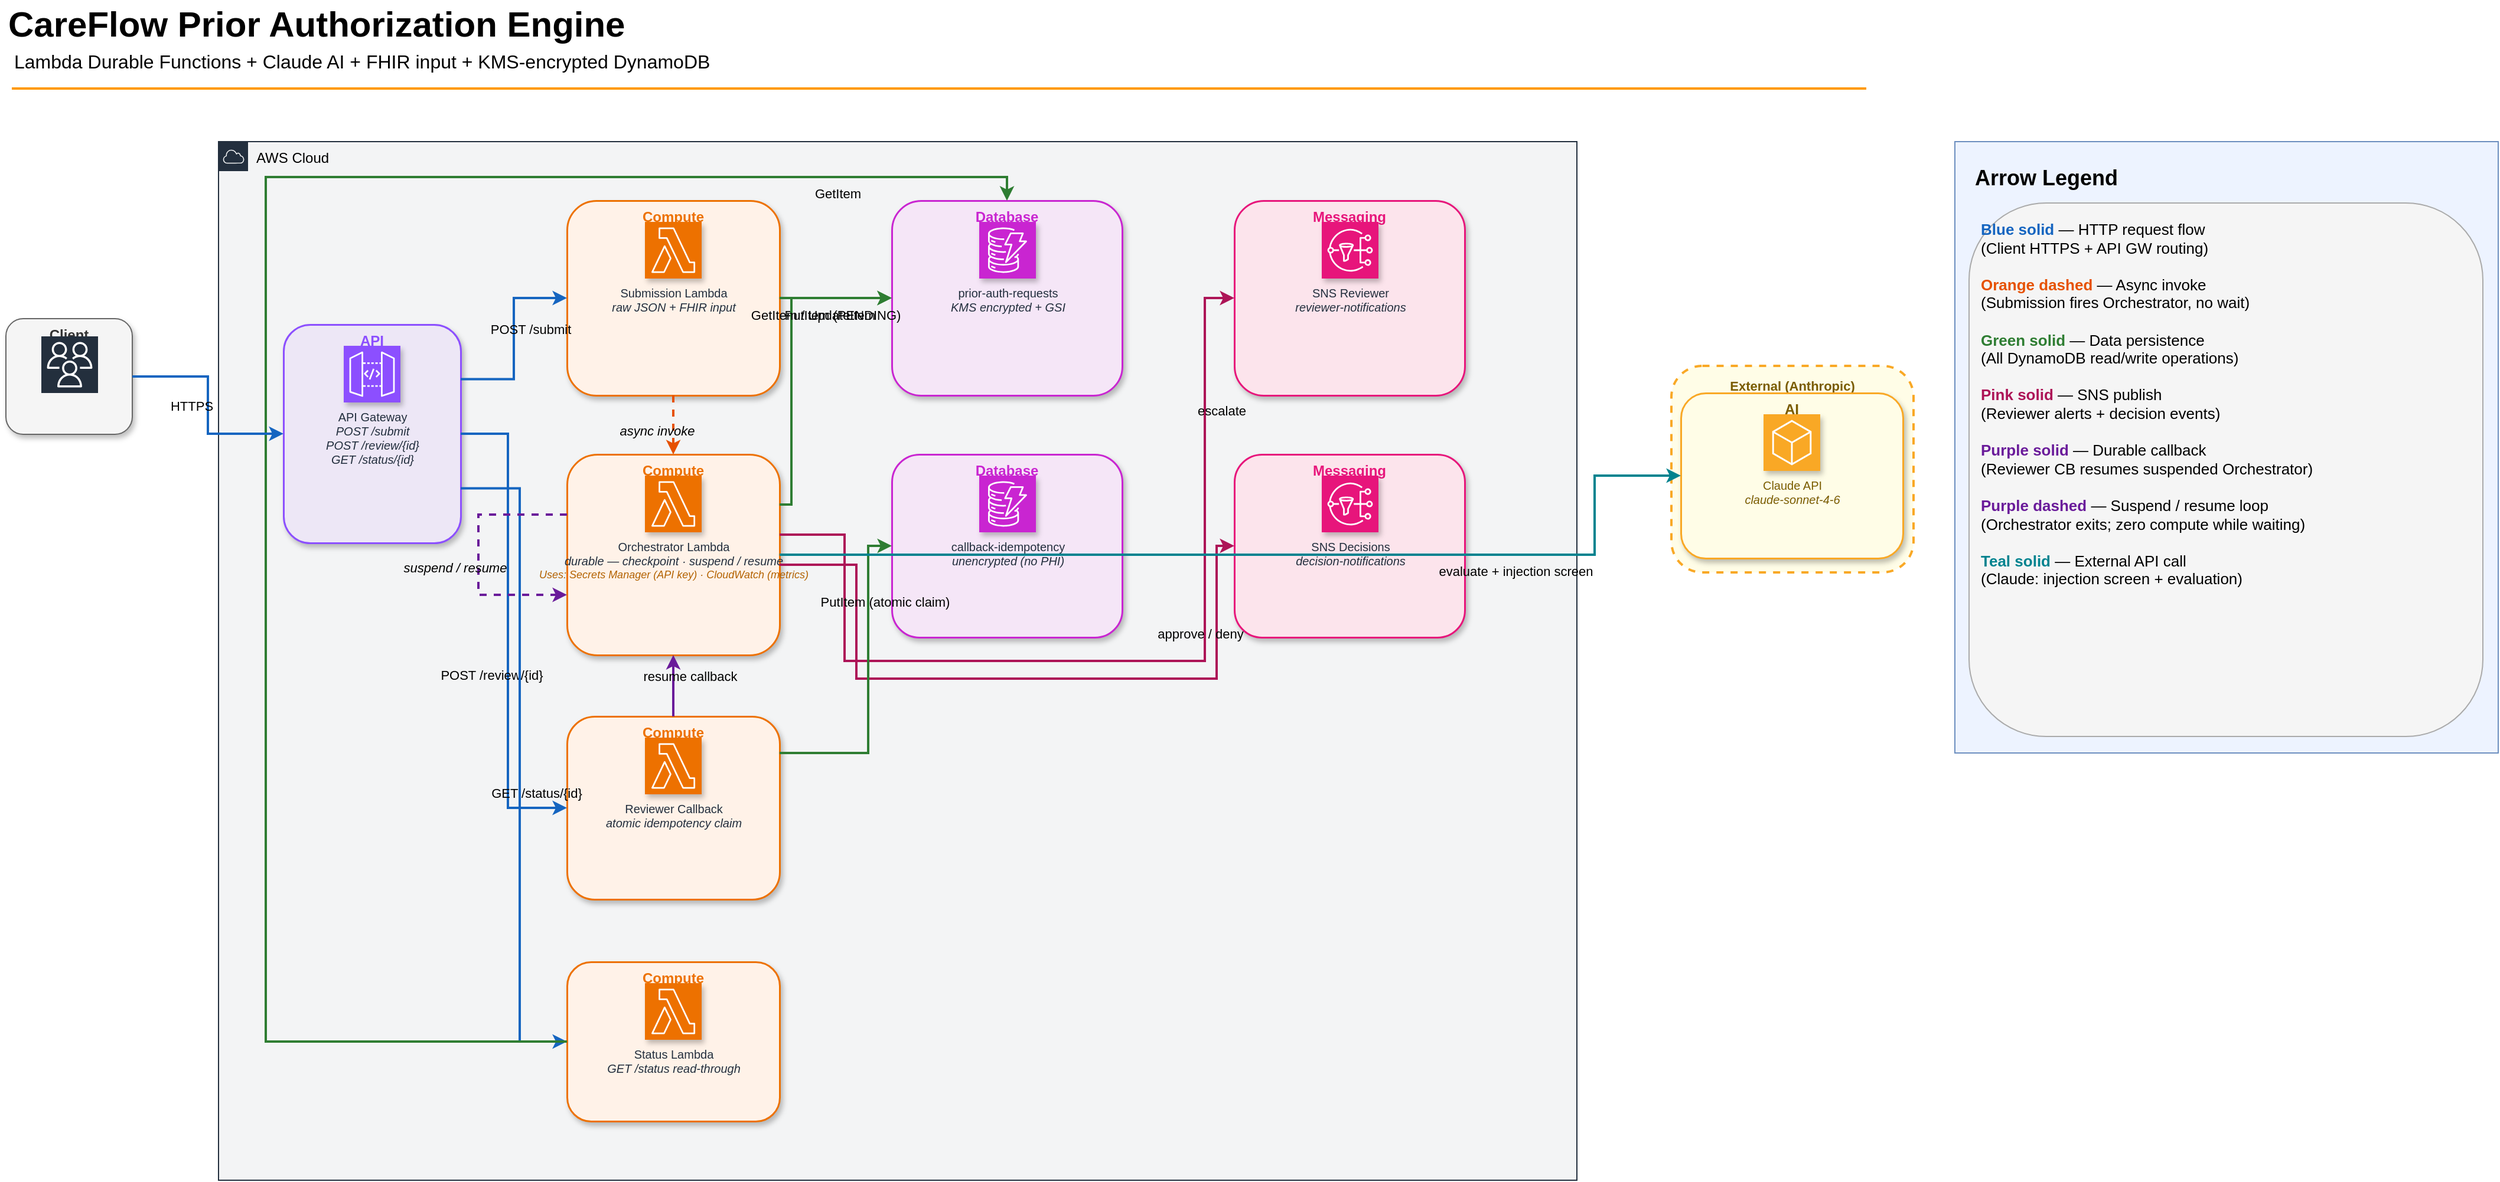
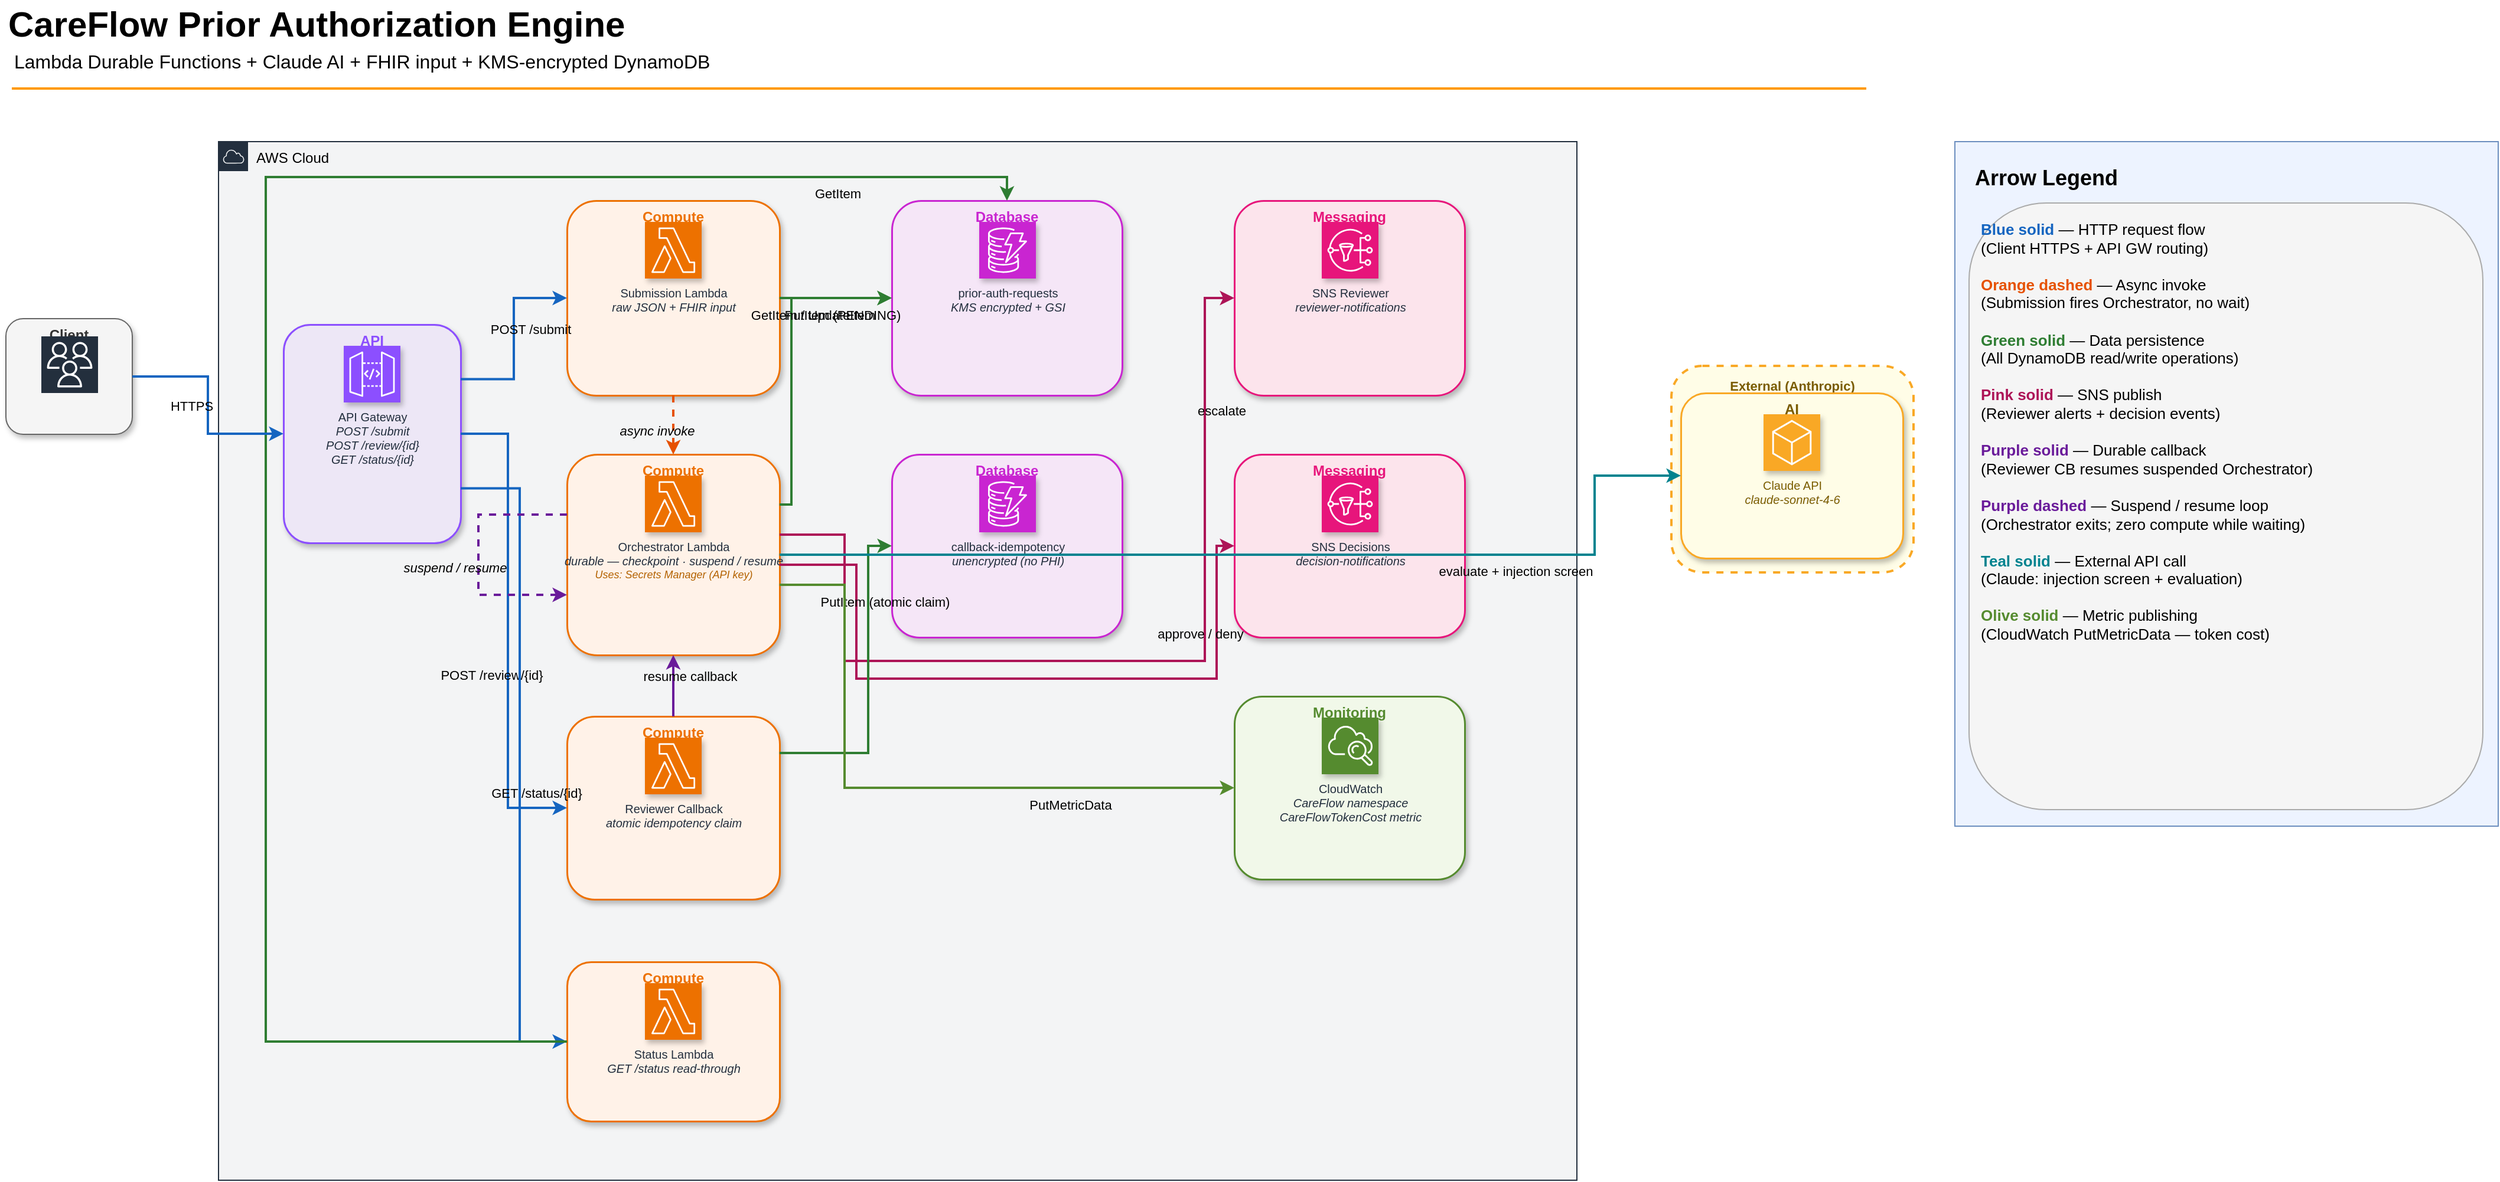
<mxfile host="Electron" version="29.6.1">
  <diagram name="CareFlow Architecture" id="careflow-arch">
    <mxGraphModel dx="2000" dy="1200" grid="0" gridSize="10" guides="1" tooltips="1" connect="1" arrows="1" fold="1" page="0" pageScale="1" pageWidth="2200" pageHeight="1200" math="0" shadow="0">
      <root>
        <mxCell id="0" />
        <mxCell id="1" parent="0" />

        <mxCell id="title-group" connectable="0" parent="1" style="group;fontFamily=Helvetica;" value="" vertex="1">
          <mxGeometry x="50" y="30" width="1580" height="83" as="geometry" />
        </mxCell>
        <mxCell id="title-text" parent="title-group" style="text;html=1;resizable=1;points=[];autosize=1;align=left;verticalAlign=top;spacingTop=-4;fontSize=30;fontStyle=1;fontFamily=Helvetica;" value="CareFlow Prior Authorization Engine" vertex="1">
          <mxGeometry width="900" height="42" as="geometry" />
        </mxCell>
        <mxCell id="subtitle-text" parent="title-group" style="text;html=1;resizable=0;points=[];align=left;verticalAlign=top;spacingTop=-4;fontSize=16;fontFamily=Helvetica;" value="Lambda Durable Functions + Claude AI + FHIR input + KMS-encrypted DynamoDB" vertex="1">
          <mxGeometry x="5" y="40" width="1400" height="25" as="geometry" />
        </mxCell>
        <mxCell id="title-sep" parent="title-group" style="line;strokeWidth=2;html=1;strokeColor=#FF9900;fontFamily=Helvetica;" value="" vertex="1">
          <mxGeometry x="5" y="70" width="1570" height="10" as="geometry" />
        </mxCell>

        <mxCell id="client-container" parent="1" style="fillColor=#f5f5f5;strokeColor=light-dark(#666666,#D4D4D4);rounded=1;whiteSpace=wrap;html=1;verticalAlign=top;fontStyle=1;fontSize=12;fontColor=#333333;fontFamily=Helvetica;container=1;collapsible=0;shadow=1;strokeWidth=1;" value="Client" vertex="1">
          <mxGeometry x="50" y="300" width="107" height="98" as="geometry" />
        </mxCell>
        <mxCell id="client-icon" parent="client-container" style="sketch=0;points=[[0,0,0],[0.25,0,0],[0.5,0,0],[0.75,0,0],[1,0,0],[0,1,0],[0.25,1,0],[0.5,1,0],[0.75,1,0],[1,1,0],[0,0.25,0],[0,0.5,0],[0,0.75,0],[1,0.25,0],[1,0.5,0],[1,0.75,0]];outlineConnect=0;fontColor=#232F3E;fillColor=#232F3D;strokeColor=#ffffff;dashed=0;verticalLabelPosition=bottom;verticalAlign=top;align=center;html=1;fontSize=12;fontStyle=0;aspect=fixed;shape=mxgraph.aws4.resourceIcon;resIcon=mxgraph.aws4.users;fontFamily=Helvetica;" value="" vertex="1">
          <mxGeometry x="30" y="15" width="48" height="48" as="geometry" />
        </mxCell>

        <mxCell id="ext-boundary" parent="1" style="rounded=1;whiteSpace=wrap;html=1;verticalAlign=top;fontStyle=1;fontSize=11;fontColor=#7a5c00;fontFamily=Helvetica;fillColor=#FFFDE7;strokeColor=#F9A825;strokeWidth=2;dashed=1;spacingTop=4;" value="External (Anthropic)" vertex="1">
          <mxGeometry x="1460" y="340" width="205" height="175" as="geometry" />
        </mxCell>
        <mxCell id="svc-group-claude" parent="1" style="fillColor=#FFFDE7;strokeColor=#F9A825;rounded=1;whiteSpace=wrap;html=1;verticalAlign=top;fontStyle=1;fontSize=12;fontColor=#7a5c00;fontFamily=Helvetica;container=1;collapsible=0;shadow=1;strokeWidth=1.5;" value="AI" vertex="1">
          <mxGeometry x="1468" y="363" width="188" height="140" as="geometry" />
        </mxCell>
        <mxCell id="svc-claude" parent="svc-group-claude" style="sketch=0;points=[[0,0,0],[0.25,0,0],[0.5,0,0],[0.75,0,0],[1,0,0],[0,1,0],[0.25,1,0],[0.5,1,0],[0.75,1,0],[1,1,0],[0,0.25,0],[0,0.5,0],[0,0.75,0],[1,0.25,0],[1,0.5,0],[1,0.75,0]];outlineConnect=0;fontColor=#7a5c00;fillColor=#F9A825;strokeColor=#ffffff;dashed=0;verticalLabelPosition=bottom;verticalAlign=top;align=center;html=1;fontSize=10;fontStyle=0;aspect=fixed;shape=mxgraph.aws4.resourceIcon;resIcon=mxgraph.aws4.general;fontFamily=Helvetica;shadow=1;" value="Claude API&lt;div&gt;&lt;i&gt;claude-sonnet-4-6&lt;/i&gt;&lt;/div&gt;" vertex="1">
          <mxGeometry x="70" y="18" width="48" height="48" as="geometry" />
        </mxCell>

        <mxCell id="aws-cloud" parent="1" style="points=[[0,0],[0.25,0],[0.5,0],[0.75,0],[1,0],[1,0.25],[1,0.5],[1,0.75],[1,1],[0.75,1],[0.5,1],[0.25,1],[0,1],[0,0.75],[0,0.5],[0,0.25]];outlineConnect=0;gradientColor=none;html=1;whiteSpace=wrap;fontSize=12;fontStyle=0;shape=mxgraph.aws4.group;grIcon=mxgraph.aws4.group_aws_cloud;strokeColor=light-dark(#232F3E,#E0ECFB);fillColor=light-dark(#232F3E0D,#90C7FF0D);fillStyle=auto;verticalAlign=top;align=left;spacingLeft=30;fontColor=#232F3E;dashed=0;container=1;pointerEvents=0;collapsible=0;recursiveResize=0;fontFamily=Helvetica;" value="&lt;font style=&quot;color: light-dark(rgb(0,0,0),rgb(255,255,255));&quot;&gt;AWS Cloud&lt;/font&gt;" vertex="1">
          <mxGeometry x="230" y="150" width="1150" height="880" as="geometry" />
        </mxCell>

        <mxCell id="svc-group-apigw" parent="aws-cloud" style="fillColor=#EDE7F6;strokeColor=#8C4FFF;rounded=1;whiteSpace=wrap;html=1;verticalAlign=top;fontStyle=1;fontSize=12;fontColor=#8C4FFF;fontFamily=Helvetica;container=1;collapsible=0;shadow=1;strokeWidth=1.5;" value="API" vertex="1">
          <mxGeometry x="55" y="155" width="150" height="185" as="geometry" />
        </mxCell>
        <mxCell id="svc-apigw" parent="svc-group-apigw" style="sketch=0;points=[[0,0,0],[0.25,0,0],[0.5,0,0],[0.75,0,0],[1,0,0],[0,1,0],[0.25,1,0],[0.5,1,0],[0.75,1,0],[1,1,0],[0,0.25,0],[0,0.5,0],[0,0.75,0],[1,0.25,0],[1,0.5,0],[1,0.75,0]];outlineConnect=0;fontColor=#232F3E;fillColor=#8C4FFF;strokeColor=#ffffff;dashed=0;verticalLabelPosition=bottom;verticalAlign=top;align=center;html=1;fontSize=10;fontStyle=0;aspect=fixed;shape=mxgraph.aws4.resourceIcon;resIcon=mxgraph.aws4.api_gateway;fontFamily=Helvetica;shadow=1;" value="API Gateway&lt;div&gt;&lt;i&gt;POST /submit&lt;/i&gt;&lt;/div&gt;&lt;div&gt;&lt;i&gt;POST /review/{id}&lt;/i&gt;&lt;/div&gt;&lt;div&gt;&lt;i&gt;GET /status/{id}&lt;/i&gt;&lt;/div&gt;" vertex="1">
          <mxGeometry x="51" y="18" width="48" height="48" as="geometry" />
        </mxCell>

        <mxCell id="svc-group-submission" parent="aws-cloud" style="fillColor=#FFF2E8;strokeColor=#ED7100;rounded=1;whiteSpace=wrap;html=1;verticalAlign=top;fontStyle=1;fontSize=12;fontColor=#ED7100;fontFamily=Helvetica;container=1;collapsible=0;shadow=1;strokeWidth=1.5;" value="Compute" vertex="1">
          <mxGeometry x="295" y="50" width="180" height="165" as="geometry" />
        </mxCell>
        <mxCell id="svc-submission" parent="svc-group-submission" style="sketch=0;points=[[0,0,0],[0.25,0,0],[0.5,0,0],[0.75,0,0],[1,0,0],[0,1,0],[0.25,1,0],[0.5,1,0],[0.75,1,0],[1,1,0],[0,0.25,0],[0,0.5,0],[0,0.75,0],[1,0.25,0],[1,0.5,0],[1,0.75,0]];outlineConnect=0;fontColor=#232F3E;fillColor=#ED7100;strokeColor=#ffffff;dashed=0;verticalLabelPosition=bottom;verticalAlign=top;align=center;html=1;fontSize=10;fontStyle=0;aspect=fixed;shape=mxgraph.aws4.resourceIcon;resIcon=mxgraph.aws4.lambda;fontFamily=Helvetica;shadow=1;" value="Submission Lambda&lt;div&gt;&lt;i&gt;raw JSON + FHIR input&lt;/i&gt;&lt;/div&gt;" vertex="1">
          <mxGeometry x="66" y="18" width="48" height="48" as="geometry" />
        </mxCell>

        <mxCell id="svc-group-orchestrator" parent="aws-cloud" style="fillColor=#FFF2E8;strokeColor=#ED7100;rounded=1;whiteSpace=wrap;html=1;verticalAlign=top;fontStyle=1;fontSize=12;fontColor=#ED7100;fontFamily=Helvetica;container=1;collapsible=0;shadow=1;strokeWidth=1.5;" value="Compute" vertex="1">
          <mxGeometry x="295" y="265" width="180" height="170" as="geometry" />
        </mxCell>
-         <mxCell id="svc-orchestrator" parent="svc-group-orchestrator" style="sketch=0;points=[[0,0,0],[0.25,0,0],[0.5,0,0],[0.75,0,0],[1,0,0],[0,1,0],[0.25,1,0],[0.5,1,0],[0.75,1,0],[1,1,0],[0,0.25,0],[0,0.5,0],[0,0.75,0],[1,0.25,0],[1,0.5,0],[1,0.75,0]];outlineConnect=0;fontColor=#232F3E;fillColor=#ED7100;strokeColor=#ffffff;dashed=0;verticalLabelPosition=bottom;verticalAlign=top;align=center;html=1;fontSize=10;fontStyle=0;aspect=fixed;shape=mxgraph.aws4.resourceIcon;resIcon=mxgraph.aws4.lambda;fontFamily=Helvetica;shadow=1;" value="Orchestrator Lambda&lt;div&gt;&lt;i&gt;durable — checkpoint · suspend / resume&lt;/i&gt;&lt;/div&gt;&lt;div style=&quot;font-size:9px;color:#b36200;&quot;&gt;&lt;i&gt;Uses: Secrets Manager (API key) · CloudWatch (metrics)&lt;/i&gt;&lt;/div&gt;" vertex="1">
+         <mxCell id="svc-orchestrator" parent="svc-group-orchestrator" style="sketch=0;points=[[0,0,0],[0.25,0,0],[0.5,0,0],[0.75,0,0],[1,0,0],[0,1,0],[0.25,1,0],[0.5,1,0],[0.75,1,0],[1,1,0],[0,0.25,0],[0,0.5,0],[0,0.75,0],[1,0.25,0],[1,0.5,0],[1,0.75,0]];outlineConnect=0;fontColor=#232F3E;fillColor=#ED7100;strokeColor=#ffffff;dashed=0;verticalLabelPosition=bottom;verticalAlign=top;align=center;html=1;fontSize=10;fontStyle=0;aspect=fixed;shape=mxgraph.aws4.resourceIcon;resIcon=mxgraph.aws4.lambda;fontFamily=Helvetica;shadow=1;" value="Orchestrator Lambda&lt;div&gt;&lt;i&gt;durable — checkpoint · suspend / resume&lt;/i&gt;&lt;/div&gt;&lt;div style=&quot;font-size:9px;color:#b36200;&quot;&gt;&lt;i&gt;Uses: Secrets Manager (API key)&lt;/i&gt;&lt;/div&gt;" vertex="1">
          <mxGeometry x="66" y="18" width="48" height="48" as="geometry" />
        </mxCell>

        <mxCell id="svc-group-reviewer-cb" parent="aws-cloud" style="fillColor=#FFF2E8;strokeColor=#ED7100;rounded=1;whiteSpace=wrap;html=1;verticalAlign=top;fontStyle=1;fontSize=12;fontColor=#ED7100;fontFamily=Helvetica;container=1;collapsible=0;shadow=1;strokeWidth=1.5;" value="Compute" vertex="1">
          <mxGeometry x="295" y="487" width="180" height="155" as="geometry" />
        </mxCell>
        <mxCell id="svc-reviewer-cb" parent="svc-group-reviewer-cb" style="sketch=0;points=[[0,0,0],[0.25,0,0],[0.5,0,0],[0.75,0,0],[1,0,0],[0,1,0],[0.25,1,0],[0.5,1,0],[0.75,1,0],[1,1,0],[0,0.25,0],[0,0.5,0],[0,0.75,0],[1,0.25,0],[1,0.5,0],[1,0.75,0]];outlineConnect=0;fontColor=#232F3E;fillColor=#ED7100;strokeColor=#ffffff;dashed=0;verticalLabelPosition=bottom;verticalAlign=top;align=center;html=1;fontSize=10;fontStyle=0;aspect=fixed;shape=mxgraph.aws4.resourceIcon;resIcon=mxgraph.aws4.lambda;fontFamily=Helvetica;shadow=1;" value="Reviewer Callback&lt;div&gt;&lt;i&gt;atomic idempotency claim&lt;/i&gt;&lt;/div&gt;" vertex="1">
          <mxGeometry x="66" y="18" width="48" height="48" as="geometry" />
        </mxCell>

        <mxCell id="svc-group-status" parent="aws-cloud" style="fillColor=#FFF2E8;strokeColor=#ED7100;rounded=1;whiteSpace=wrap;html=1;verticalAlign=top;fontStyle=1;fontSize=12;fontColor=#ED7100;fontFamily=Helvetica;container=1;collapsible=0;shadow=1;strokeWidth=1.5;" value="Compute" vertex="1">
          <mxGeometry x="295" y="695" width="180" height="135" as="geometry" />
        </mxCell>
        <mxCell id="svc-status" parent="svc-group-status" style="sketch=0;points=[[0,0,0],[0.25,0,0],[0.5,0,0],[0.75,0,0],[1,0,0],[0,1,0],[0.25,1,0],[0.5,1,0],[0.75,1,0],[1,1,0],[0,0.25,0],[0,0.5,0],[0,0.75,0],[1,0.25,0],[1,0.5,0],[1,0.75,0]];outlineConnect=0;fontColor=#232F3E;fillColor=#ED7100;strokeColor=#ffffff;dashed=0;verticalLabelPosition=bottom;verticalAlign=top;align=center;html=1;fontSize=10;fontStyle=0;aspect=fixed;shape=mxgraph.aws4.resourceIcon;resIcon=mxgraph.aws4.lambda;fontFamily=Helvetica;shadow=1;" value="Status Lambda&lt;div&gt;&lt;i&gt;GET /status read-through&lt;/i&gt;&lt;/div&gt;" vertex="1">
          <mxGeometry x="66" y="18" width="48" height="48" as="geometry" />
        </mxCell>

        <mxCell id="svc-group-ddb-requests" parent="aws-cloud" style="fillColor=#F5E6F7;strokeColor=#C925D1;rounded=1;whiteSpace=wrap;html=1;verticalAlign=top;fontStyle=1;fontSize=12;fontColor=#C925D1;fontFamily=Helvetica;container=1;collapsible=0;shadow=1;strokeWidth=1.5;" value="Database" vertex="1">
          <mxGeometry x="570" y="50" width="195" height="165" as="geometry" />
        </mxCell>
        <mxCell id="svc-ddb-requests" parent="svc-group-ddb-requests" style="sketch=0;points=[[0,0,0],[0.25,0,0],[0.5,0,0],[0.75,0,0],[1,0,0],[0,1,0],[0.25,1,0],[0.5,1,0],[0.75,1,0],[1,1,0],[0,0.25,0],[0,0.5,0],[0,0.75,0],[1,0.25,0],[1,0.5,0],[1,0.75,0]];outlineConnect=0;fontColor=#232F3E;fillColor=#C925D1;strokeColor=#ffffff;dashed=0;verticalLabelPosition=bottom;verticalAlign=top;align=center;html=1;fontSize=10;fontStyle=0;aspect=fixed;shape=mxgraph.aws4.resourceIcon;resIcon=mxgraph.aws4.dynamodb;fontFamily=Helvetica;shadow=1;" value="prior-auth-requests&lt;div&gt;&lt;i&gt;KMS encrypted + GSI&lt;/i&gt;&lt;/div&gt;" vertex="1">
          <mxGeometry x="74" y="18" width="48" height="48" as="geometry" />
        </mxCell>

        <mxCell id="svc-group-ddb-idempotency" parent="aws-cloud" style="fillColor=#F5E6F7;strokeColor=#C925D1;rounded=1;whiteSpace=wrap;html=1;verticalAlign=top;fontStyle=1;fontSize=12;fontColor=#C925D1;fontFamily=Helvetica;container=1;collapsible=0;shadow=1;strokeWidth=1.5;" value="Database" vertex="1">
          <mxGeometry x="570" y="265" width="195" height="155" as="geometry" />
        </mxCell>
        <mxCell id="svc-ddb-idempotency" parent="svc-group-ddb-idempotency" style="sketch=0;points=[[0,0,0],[0.25,0,0],[0.5,0,0],[0.75,0,0],[1,0,0],[0,1,0],[0.25,1,0],[0.5,1,0],[0.75,1,0],[1,1,0],[0,0.25,0],[0,0.5,0],[0,0.75,0],[1,0.25,0],[1,0.5,0],[1,0.75,0]];outlineConnect=0;fontColor=#232F3E;fillColor=#C925D1;strokeColor=#ffffff;dashed=0;verticalLabelPosition=bottom;verticalAlign=top;align=center;html=1;fontSize=10;fontStyle=0;aspect=fixed;shape=mxgraph.aws4.resourceIcon;resIcon=mxgraph.aws4.dynamodb;fontFamily=Helvetica;shadow=1;" value="callback-idempotency&lt;div&gt;&lt;i&gt;unencrypted (no PHI)&lt;/i&gt;&lt;/div&gt;" vertex="1">
          <mxGeometry x="74" y="18" width="48" height="48" as="geometry" />
        </mxCell>

        <mxCell id="svc-group-sns-reviewer" parent="aws-cloud" style="fillColor=#FCE4EC;strokeColor=#E7157B;rounded=1;whiteSpace=wrap;html=1;verticalAlign=top;fontStyle=1;fontSize=12;fontColor=#E7157B;fontFamily=Helvetica;container=1;collapsible=0;shadow=1;strokeWidth=1.5;" value="Messaging" vertex="1">
          <mxGeometry x="860" y="50" width="195" height="165" as="geometry" />
        </mxCell>
        <mxCell id="svc-sns-reviewer" parent="svc-group-sns-reviewer" style="sketch=0;points=[[0,0,0],[0.25,0,0],[0.5,0,0],[0.75,0,0],[1,0,0],[0,1,0],[0.25,1,0],[0.5,1,0],[0.75,1,0],[1,1,0],[0,0.25,0],[0,0.5,0],[0,0.75,0],[1,0.25,0],[1,0.5,0],[1,0.75,0]];outlineConnect=0;fontColor=#232F3E;fillColor=#E7157B;strokeColor=#ffffff;dashed=0;verticalLabelPosition=bottom;verticalAlign=top;align=center;html=1;fontSize=10;fontStyle=0;aspect=fixed;shape=mxgraph.aws4.resourceIcon;resIcon=mxgraph.aws4.sns;fontFamily=Helvetica;shadow=1;" value="SNS Reviewer&lt;div&gt;&lt;i&gt;reviewer-notifications&lt;/i&gt;&lt;/div&gt;" vertex="1">
          <mxGeometry x="74" y="18" width="48" height="48" as="geometry" />
        </mxCell>

        <mxCell id="svc-group-sns-decisions" parent="aws-cloud" style="fillColor=#FCE4EC;strokeColor=#E7157B;rounded=1;whiteSpace=wrap;html=1;verticalAlign=top;fontStyle=1;fontSize=12;fontColor=#E7157B;fontFamily=Helvetica;container=1;collapsible=0;shadow=1;strokeWidth=1.5;" value="Messaging" vertex="1">
          <mxGeometry x="860" y="265" width="195" height="155" as="geometry" />
        </mxCell>
        <mxCell id="svc-sns-decisions" parent="svc-group-sns-decisions" style="sketch=0;points=[[0,0,0],[0.25,0,0],[0.5,0,0],[0.75,0,0],[1,0,0],[0,1,0],[0.25,1,0],[0.5,1,0],[0.75,1,0],[1,1,0],[0,0.25,0],[0,0.5,0],[0,0.75,0],[1,0.25,0],[1,0.5,0],[1,0.75,0]];outlineConnect=0;fontColor=#232F3E;fillColor=#E7157B;strokeColor=#ffffff;dashed=0;verticalLabelPosition=bottom;verticalAlign=top;align=center;html=1;fontSize=10;fontStyle=0;aspect=fixed;shape=mxgraph.aws4.resourceIcon;resIcon=mxgraph.aws4.sns;fontFamily=Helvetica;shadow=1;" value="SNS Decisions&lt;div&gt;&lt;i&gt;decision-notifications&lt;/i&gt;&lt;/div&gt;" vertex="1">
+           <mxGeometry x="74" y="18" width="48" height="48" as="geometry" />
+         </mxCell>
+ 
+         <mxCell id="svc-group-cloudwatch" parent="aws-cloud" style="fillColor=#F1F8E9;strokeColor=#558B2F;rounded=1;whiteSpace=wrap;html=1;verticalAlign=top;fontStyle=1;fontSize=12;fontColor=#558B2F;fontFamily=Helvetica;container=1;collapsible=0;shadow=1;strokeWidth=1.5;" value="Monitoring" vertex="1">
+           <mxGeometry x="860" y="470" width="195" height="155" as="geometry" />
+         </mxCell>
+         <mxCell id="svc-cloudwatch" parent="svc-group-cloudwatch" style="sketch=0;points=[[0,0,0],[0.25,0,0],[0.5,0,0],[0.75,0,0],[1,0,0],[0,1,0],[0.25,1,0],[0.5,1,0],[0.75,1,0],[1,1,0],[0,0.25,0],[0,0.5,0],[0,0.75,0],[1,0.25,0],[1,0.5,0],[1,0.75,0]];outlineConnect=0;fontColor=#232F3E;fillColor=#558B2F;strokeColor=#ffffff;dashed=0;verticalLabelPosition=bottom;verticalAlign=top;align=center;html=1;fontSize=10;fontStyle=0;aspect=fixed;shape=mxgraph.aws4.resourceIcon;resIcon=mxgraph.aws4.cloudwatch;fontFamily=Helvetica;shadow=1;" value="CloudWatch&lt;div&gt;&lt;i&gt;CareFlow namespace&lt;/i&gt;&lt;/div&gt;&lt;div&gt;&lt;i&gt;CareFlowTokenCost metric&lt;/i&gt;&lt;/div&gt;" vertex="1">
          <mxGeometry x="74" y="18" width="48" height="48" as="geometry" />
        </mxCell>

        <!-- ── Client → API Gateway ── -->
        <mxCell id="edge-client-apigw" edge="1" parent="1" source="client-container" target="svc-group-apigw" style="edgeStyle=orthogonalEdgeStyle;rounded=0;html=1;strokeColor=#1565C0;strokeWidth=2;fontFamily=Helvetica;labelBackgroundColor=none;exitX=1;exitY=0.5;exitDx=0;exitDy=0;entryX=0;entryY=0.5;entryDx=0;entryDy=0;" vertex="1">
          <mxGeometry relative="1" as="geometry" />
        </mxCell>
        <mxCell id="edge-client-apigw-lbl" connectable="0" parent="edge-client-apigw" style="edgeLabel;html=1;align=center;verticalAlign=middle;resizable=0;points=[];fontSize=11;fontFamily=Helvetica;labelBackgroundColor=none;" value="HTTPS" vertex="1">
          <mxGeometry relative="1" x="0.0" y="-14" as="geometry"><mxPoint as="offset" /></mxGeometry>
        </mxCell>

        <!-- ── API Gateway → Submission  (exits apigw top-right, enters submission left-centre) ── -->
        <mxCell id="edge-apigw-submission" edge="1" parent="aws-cloud" source="svc-group-apigw" target="svc-group-submission" style="edgeStyle=orthogonalEdgeStyle;rounded=0;html=1;strokeColor=#1565C0;strokeWidth=2;fontFamily=Helvetica;labelBackgroundColor=none;exitX=1;exitY=0.25;exitDx=0;exitDy=0;entryX=0;entryY=0.5;entryDx=0;entryDy=0;" vertex="1">
          <mxGeometry relative="1" as="geometry" />
        </mxCell>
        <mxCell id="edge-apigw-submission-lbl" connectable="0" parent="edge-apigw-submission" style="edgeLabel;html=1;align=center;verticalAlign=middle;resizable=0;points=[];fontSize=11;fontFamily=Helvetica;labelBackgroundColor=none;" value="POST /submit" vertex="1">
          <mxGeometry relative="1" x="0.1" y="-14" as="geometry"><mxPoint as="offset" /></mxGeometry>
        </mxCell>

        <!-- ── API Gateway → Reviewer Callback  (lane x=245 between apigw-right=205 and lambda-left=295) ── -->
        <mxCell id="edge-apigw-reviewer" edge="1" parent="aws-cloud" source="svc-group-apigw" target="svc-group-reviewer-cb" style="edgeStyle=orthogonalEdgeStyle;rounded=0;html=1;strokeColor=#1565C0;strokeWidth=2;fontFamily=Helvetica;labelBackgroundColor=none;exitX=1;exitY=0.5;exitDx=0;exitDy=0;entryX=0;entryY=0.5;entryDx=0;entryDy=0;" vertex="1">
          <mxGeometry relative="1" as="geometry">
            <Array as="points">
              <mxPoint x="245" y="247" />
              <mxPoint x="245" y="564" />
            </Array>
          </mxGeometry>
        </mxCell>
        <mxCell id="edge-apigw-reviewer-lbl" connectable="0" parent="edge-apigw-reviewer" style="edgeLabel;html=1;align=center;verticalAlign=middle;resizable=0;points=[];fontSize=11;fontFamily=Helvetica;labelBackgroundColor=none;" value="POST /review/{id}" vertex="1">
          <mxGeometry relative="1" x="0.2" y="-14" as="geometry"><mxPoint as="offset" /></mxGeometry>
        </mxCell>

        <!-- ── API Gateway → Status  (lane x=255 between apigw-right=205 and lambda-left=295) ── -->
        <mxCell id="edge-apigw-status" edge="1" parent="aws-cloud" source="svc-group-apigw" target="svc-group-status" style="edgeStyle=orthogonalEdgeStyle;rounded=0;html=1;strokeColor=#1565C0;strokeWidth=2;fontFamily=Helvetica;labelBackgroundColor=none;exitX=1;exitY=0.75;exitDx=0;exitDy=0;entryX=0;entryY=0.5;entryDx=0;entryDy=0;" vertex="1">
          <mxGeometry relative="1" as="geometry">
            <Array as="points">
              <mxPoint x="255" y="293" />
              <mxPoint x="255" y="762" />
            </Array>
          </mxGeometry>
        </mxCell>
        <mxCell id="edge-apigw-status-lbl" connectable="0" parent="edge-apigw-status" style="edgeLabel;html=1;align=center;verticalAlign=middle;resizable=0;points=[];fontSize=11;fontFamily=Helvetica;labelBackgroundColor=none;" value="GET /status/{id}" vertex="1">
          <mxGeometry relative="1" x="0.1" y="14" as="geometry"><mxPoint as="offset" /></mxGeometry>
        </mxCell>

        <!-- ── Submission → DynamoDB requests  (straight horizontal, same row) ── -->
        <mxCell id="edge-submission-ddb" edge="1" parent="aws-cloud" source="svc-group-submission" target="svc-group-ddb-requests" style="edgeStyle=orthogonalEdgeStyle;rounded=0;html=1;strokeColor=#2E7D32;strokeWidth=2;fontFamily=Helvetica;labelBackgroundColor=none;exitX=1;exitY=0.5;exitDx=0;exitDy=0;entryX=0;entryY=0.5;entryDx=0;entryDy=0;" vertex="1">
          <mxGeometry relative="1" as="geometry" />
        </mxCell>
        <mxCell id="edge-submission-ddb-lbl" connectable="0" parent="edge-submission-ddb" style="edgeLabel;html=1;align=center;verticalAlign=middle;resizable=0;points=[];fontSize=11;fontFamily=Helvetica;labelBackgroundColor=none;" value="PutItem (PENDING)" vertex="1">
          <mxGeometry relative="1" x="0.1" y="-14" as="geometry"><mxPoint as="offset" /></mxGeometry>
        </mxCell>

        <!-- ── Submission → Orchestrator  (straight vertical drop) ── -->
        <mxCell id="edge-submission-orch" edge="1" parent="aws-cloud" source="svc-group-submission" target="svc-group-orchestrator" style="edgeStyle=orthogonalEdgeStyle;rounded=0;html=1;strokeColor=#E65100;strokeWidth=2;dashed=1;fontFamily=Helvetica;labelBackgroundColor=none;exitX=0.5;exitY=1;exitDx=0;exitDy=0;entryX=0.5;entryY=0;entryDx=0;entryDy=0;" vertex="1">
          <mxGeometry relative="1" as="geometry" />
        </mxCell>
        <mxCell id="edge-submission-orch-lbl" connectable="0" parent="edge-submission-orch" style="edgeLabel;html=1;align=center;verticalAlign=middle;resizable=0;points=[];fontSize=11;fontStyle=2;fontFamily=Helvetica;labelBackgroundColor=none;" value="async invoke" vertex="1">
          <mxGeometry relative="1" x="0.2" y="-14" as="geometry"><mxPoint as="offset" /></mxGeometry>
        </mxCell>

        <!-- ── Orchestrator → DynamoDB requests  (lane x=485, goes up clear of ddb-idempotency) ── -->
        <mxCell id="edge-orch-ddb" edge="1" parent="aws-cloud" source="svc-group-orchestrator" target="svc-group-ddb-requests" style="edgeStyle=orthogonalEdgeStyle;rounded=0;html=1;strokeColor=#2E7D32;strokeWidth=2;fontFamily=Helvetica;labelBackgroundColor=none;exitX=1;exitY=0.25;exitDx=0;exitDy=0;entryX=0;entryY=0.5;entryDx=0;entryDy=0;" vertex="1">
          <mxGeometry relative="1" as="geometry">
            <Array as="points">
              <mxPoint x="485" y="307" />
              <mxPoint x="485" y="132" />
            </Array>
          </mxGeometry>
        </mxCell>
        <mxCell id="edge-orch-ddb-lbl" connectable="0" parent="edge-orch-ddb" style="edgeLabel;html=1;align=center;verticalAlign=middle;resizable=0;points=[];fontSize=11;fontFamily=Helvetica;labelBackgroundColor=none;" value="GetItem / UpdateItem" vertex="1">
          <mxGeometry relative="1" x="0.5" y="-14" as="geometry"><mxPoint as="offset" /></mxGeometry>
        </mxCell>

        <!-- ── Orchestrator → SNS Reviewer  (lane x=530 down to y=440 gap, then x=835 up; avoids ddb-idempotency y=265-420) ── -->
        <mxCell id="edge-orch-sns-reviewer" edge="1" parent="aws-cloud" source="svc-group-orchestrator" target="svc-group-sns-reviewer" style="edgeStyle=orthogonalEdgeStyle;rounded=0;html=1;strokeColor=#AD1457;strokeWidth=2;fontFamily=Helvetica;labelBackgroundColor=none;exitX=1;exitY=0.4;exitDx=0;exitDy=0;entryX=0;entryY=0.5;entryDx=0;entryDy=0;" vertex="1">
          <mxGeometry relative="1" as="geometry">
            <Array as="points">
              <mxPoint x="530" y="333" />
              <mxPoint x="530" y="440" />
              <mxPoint x="835" y="440" />
              <mxPoint x="835" y="132" />
            </Array>
          </mxGeometry>
        </mxCell>
        <mxCell id="edge-orch-sns-reviewer-lbl" connectable="0" parent="edge-orch-sns-reviewer" style="edgeLabel;html=1;align=center;verticalAlign=middle;resizable=0;points=[];fontSize=11;fontFamily=Helvetica;labelBackgroundColor=none;" value="escalate" vertex="1">
          <mxGeometry relative="1" x="0.7" y="-14" as="geometry"><mxPoint as="offset" /></mxGeometry>
        </mxCell>

        <!-- ── Orchestrator → SNS Decisions  (lane x=540 down to y=455, then x=845; parallel but offset from reviewer) ── -->
        <mxCell id="edge-orch-sns-decisions" edge="1" parent="aws-cloud" source="svc-group-orchestrator" target="svc-group-sns-decisions" style="edgeStyle=orthogonalEdgeStyle;rounded=0;html=1;strokeColor=#AD1457;strokeWidth=2;fontFamily=Helvetica;labelBackgroundColor=none;exitX=1;exitY=0.55;exitDx=0;exitDy=0;entryX=0;entryY=0.5;entryDx=0;entryDy=0;" vertex="1">
          <mxGeometry relative="1" as="geometry">
            <Array as="points">
              <mxPoint x="540" y="358" />
              <mxPoint x="540" y="455" />
              <mxPoint x="845" y="455" />
              <mxPoint x="845" y="342" />
            </Array>
          </mxGeometry>
        </mxCell>
        <mxCell id="edge-orch-sns-decisions-lbl" connectable="0" parent="edge-orch-sns-decisions" style="edgeLabel;html=1;align=center;verticalAlign=middle;resizable=0;points=[];fontSize=11;fontFamily=Helvetica;labelBackgroundColor=none;" value="approve / deny" vertex="1">
          <mxGeometry relative="1" x="0.7" y="14" as="geometry"><mxPoint as="offset" /></mxGeometry>
        </mxCell>

        <!-- ── Orchestrator suspend/resume self-loop  (2-waypoint clean loop left of lambda col) ── -->
        <mxCell id="edge-orch-suspend" edge="1" parent="aws-cloud" source="svc-group-orchestrator" target="svc-group-orchestrator" style="edgeStyle=orthogonalEdgeStyle;rounded=0;html=1;strokeColor=#6A1B9A;strokeWidth=2;dashed=1;fontFamily=Helvetica;labelBackgroundColor=none;exitX=0;exitY=0.3;exitDx=0;exitDy=0;entryX=0;entryY=0.7;entryDx=0;entryDy=0;" vertex="1">
          <mxGeometry relative="1" as="geometry">
            <Array as="points">
              <mxPoint x="220" y="316" />
              <mxPoint x="220" y="384" />
            </Array>
          </mxGeometry>
        </mxCell>
        <mxCell id="edge-orch-suspend-lbl" connectable="0" parent="edge-orch-suspend" style="edgeLabel;html=1;align=center;verticalAlign=middle;resizable=0;points=[];fontSize=11;fontStyle=2;fontFamily=Helvetica;labelBackgroundColor=none;" value="suspend / resume" vertex="1">
          <mxGeometry relative="1" x="0.1" y="-20" as="geometry"><mxPoint as="offset" /></mxGeometry>
        </mxCell>

        <!-- ── Reviewer Callback → DynamoDB idempotency  (lane x=550, up through clear mid-corridor) ── -->
        <mxCell id="edge-reviewer-idempotency" edge="1" parent="aws-cloud" source="svc-group-reviewer-cb" target="svc-group-ddb-idempotency" style="edgeStyle=orthogonalEdgeStyle;rounded=0;html=1;strokeColor=#2E7D32;strokeWidth=2;fontFamily=Helvetica;labelBackgroundColor=none;exitX=1;exitY=0.2;exitDx=0;exitDy=0;entryX=0;entryY=0.5;entryDx=0;entryDy=0;" vertex="1">
          <mxGeometry relative="1" as="geometry">
            <Array as="points">
              <mxPoint x="550" y="518" />
              <mxPoint x="550" y="342" />
            </Array>
          </mxGeometry>
        </mxCell>
        <mxCell id="edge-reviewer-idempotency-lbl" connectable="0" parent="edge-reviewer-idempotency" style="edgeLabel;html=1;align=center;verticalAlign=middle;resizable=0;points=[];fontSize=11;fontFamily=Helvetica;labelBackgroundColor=none;" value="PutItem (atomic claim)" vertex="1">
          <mxGeometry relative="1" x="0.5" y="-14" as="geometry"><mxPoint as="offset" /></mxGeometry>
        </mxCell>

        <!-- ── Reviewer Callback → Orchestrator  (straight vertical rise) ── -->
        <mxCell id="edge-reviewer-orch" edge="1" parent="aws-cloud" source="svc-group-reviewer-cb" target="svc-group-orchestrator" style="edgeStyle=orthogonalEdgeStyle;rounded=0;html=1;strokeColor=#6A1B9A;strokeWidth=2;fontFamily=Helvetica;labelBackgroundColor=none;exitX=0.5;exitY=0;exitDx=0;exitDy=0;entryX=0.5;entryY=1;entryDx=0;entryDy=0;" vertex="1">
          <mxGeometry relative="1" as="geometry" />
        </mxCell>
        <mxCell id="edge-reviewer-orch-lbl" connectable="0" parent="edge-reviewer-orch" style="edgeLabel;html=1;align=center;verticalAlign=middle;resizable=0;points=[];fontSize=11;fontFamily=Helvetica;labelBackgroundColor=none;" value="resume callback" vertex="1">
          <mxGeometry relative="1" x="0.3" y="-14" as="geometry"><mxPoint as="offset" /></mxGeometry>
        </mxCell>

        <!-- ── Status → DynamoDB requests  (left-corridor route x=40 avoids Secrets box y=675-825) ── -->
        <mxCell id="edge-status-ddb" edge="1" parent="aws-cloud" source="svc-group-status" target="svc-group-ddb-requests" style="edgeStyle=orthogonalEdgeStyle;rounded=0;html=1;strokeColor=#2E7D32;strokeWidth=2;fontFamily=Helvetica;labelBackgroundColor=none;exitX=0;exitY=0.5;exitDx=0;exitDy=0;entryX=0.5;entryY=0;entryDx=0;entryDy=0;" vertex="1">
          <mxGeometry relative="1" as="geometry">
            <Array as="points">
              <mxPoint x="40" y="762" />
              <mxPoint x="40" y="30" />
              <mxPoint x="667" y="30" />
            </Array>
          </mxGeometry>
        </mxCell>
        <mxCell id="edge-status-ddb-lbl" connectable="0" parent="edge-status-ddb" style="edgeLabel;html=1;align=center;verticalAlign=middle;resizable=0;points=[];fontSize=11;fontFamily=Helvetica;labelBackgroundColor=none;" value="GetItem" vertex="1">
          <mxGeometry relative="1" x="0.8" y="-14" as="geometry"><mxPoint as="offset" /></mxGeometry>
        </mxCell>

+         <!-- ── Orchestrator → CloudWatch  (lane x=530 down, then right; KMS/Secrets gone so col-2 is clear at y=547) ── -->
+         <mxCell id="edge-orch-cloudwatch" edge="1" parent="aws-cloud" source="svc-group-orchestrator" target="svc-group-cloudwatch" style="edgeStyle=orthogonalEdgeStyle;rounded=0;html=1;strokeColor=#558B2F;strokeWidth=2;fontFamily=Helvetica;labelBackgroundColor=none;exitX=1;exitY=0.65;exitDx=0;exitDy=0;entryX=0;entryY=0.5;entryDx=0;entryDy=0;" vertex="1">
+           <mxGeometry relative="1" as="geometry">
+             <Array as="points">
+               <mxPoint x="530" y="375" />
+               <mxPoint x="530" y="547" />
+             </Array>
+           </mxGeometry>
+         </mxCell>
+         <mxCell id="edge-orch-cloudwatch-lbl" connectable="0" parent="edge-orch-cloudwatch" style="edgeLabel;html=1;align=center;verticalAlign=middle;resizable=0;points=[];fontSize=11;fontFamily=Helvetica;labelBackgroundColor=none;" value="PutMetricData" vertex="1">
+           <mxGeometry relative="1" x="0.5" y="-14" as="geometry"><mxPoint as="offset" /></mxGeometry>
+         </mxCell>
+ 
        <!-- ── Orchestrator → Claude API  (exits aws-cloud right edge at x=1395 absolute, then into claude) ── -->
        <mxCell id="edge-orch-claude" edge="1" parent="1" source="svc-group-orchestrator" target="svc-group-claude" style="edgeStyle=orthogonalEdgeStyle;rounded=0;html=1;strokeColor=#00838F;strokeWidth=2;fontFamily=Helvetica;labelBackgroundColor=none;exitX=1;exitY=0.5;exitDx=0;exitDy=0;entryX=0;entryY=0.5;entryDx=0;entryDy=0;" vertex="1">
          <mxGeometry relative="1" as="geometry">
            <Array as="points">
              <mxPoint x="1395" y="500" />
              <mxPoint x="1395" y="433" />
            </Array>
          </mxGeometry>
        </mxCell>
        <mxCell id="edge-orch-claude-lbl" connectable="0" parent="edge-orch-claude" style="edgeLabel;html=1;align=center;verticalAlign=middle;resizable=0;points=[];fontSize=11;fontFamily=Helvetica;labelBackgroundColor=none;" value="evaluate + injection screen" vertex="1">
          <mxGeometry relative="1" x="0.5" y="-14" as="geometry"><mxPoint as="offset" /></mxGeometry>
        </mxCell>

        <mxCell id="legend-outer" connectable="0" parent="1" style="group" value="" vertex="1">
-           <mxGeometry x="1700" y="150" width="460" height="518" as="geometry" />
+           <mxGeometry x="1700" y="150" width="460" height="580" as="geometry" />
        </mxCell>
        <mxCell id="legend-bg" parent="legend-outer" style="verticalLabelPosition=bottom;verticalAlign=top;html=1;shape=mxgraph.basic.rect;fillColor2=none;strokeWidth=1;size=20;indent=5;fillColor=light-dark(#EDF3FF,#305363);strokeColor=#6c8ebf;" value="" vertex="1">
-           <mxGeometry width="460" height="518" as="geometry" />
+           <mxGeometry width="460" height="580" as="geometry" />
        </mxCell>
        <mxCell id="legend-title" parent="legend-outer" style="text;html=1;align=left;verticalAlign=top;fontSize=18;fontStyle=1;labelBackgroundColor=none;fontFamily=Helvetica;" value="Arrow Legend" vertex="1">
          <mxGeometry x="15" y="14" width="200" height="28" as="geometry" />
        </mxCell>
        <mxCell id="legend-line-bg" parent="legend-outer" style="fillColor=light-dark(#F5F5F5,#29393B);strokeColor=#AAAAAA;rounded=1;whiteSpace=wrap;html=1;fontFamily=Helvetica;" value="" vertex="1">
-           <mxGeometry x="12" y="52" width="435" height="452" as="geometry" />
-         </mxCell>
-         <mxCell id="legend-content" parent="legend-outer" style="text;html=1;align=left;verticalAlign=top;spacingTop=0;fontSize=13;labelBackgroundColor=none;whiteSpace=wrap;fontFamily=Helvetica;" value="&lt;div style=&quot;color:light-dark(#000,#fff);&quot;&gt;&lt;b style=&quot;color:#1565C0;&quot;&gt;Blue solid&lt;/b&gt; &amp;mdash; HTTP request flow&lt;br/&gt;(Client HTTPS + API GW routing)&lt;br/&gt;&lt;br/&gt;&lt;b style=&quot;color:#E65100;&quot;&gt;Orange dashed&lt;/b&gt; &amp;mdash; Async invoke&lt;br/&gt;(Submission fires Orchestrator, no wait)&lt;br/&gt;&lt;br/&gt;&lt;b style=&quot;color:#2E7D32;&quot;&gt;Green solid&lt;/b&gt; &amp;mdash; Data persistence&lt;br/&gt;(All DynamoDB read/write operations)&lt;br/&gt;&lt;br/&gt;&lt;b style=&quot;color:#AD1457;&quot;&gt;Pink solid&lt;/b&gt; &amp;mdash; SNS publish&lt;br/&gt;(Reviewer alerts + decision events)&lt;br/&gt;&lt;br/&gt;&lt;b style=&quot;color:#6A1B9A;&quot;&gt;Purple solid&lt;/b&gt; &amp;mdash; Durable callback&lt;br/&gt;(Reviewer CB resumes suspended Orchestrator)&lt;br/&gt;&lt;br/&gt;&lt;b style=&quot;color:#6A1B9A;&quot;&gt;Purple dashed&lt;/b&gt; &amp;mdash; Suspend / resume loop&lt;br/&gt;(Orchestrator exits; zero compute while waiting)&lt;br/&gt;&lt;br/&gt;&lt;b style=&quot;color:#00838F;&quot;&gt;Teal solid&lt;/b&gt; &amp;mdash; External API call&lt;br/&gt;(Claude: injection screen + evaluation)&lt;/div&gt;" vertex="1">
-           <mxGeometry x="20" y="60" width="420" height="438" as="geometry" />
+           <mxGeometry x="12" y="52" width="435" height="514" as="geometry" />
+         </mxCell>
+         <mxCell id="legend-content" parent="legend-outer" style="text;html=1;align=left;verticalAlign=top;spacingTop=0;fontSize=13;labelBackgroundColor=none;whiteSpace=wrap;fontFamily=Helvetica;" value="&lt;div style=&quot;color:light-dark(#000,#fff);&quot;&gt;&lt;b style=&quot;color:#1565C0;&quot;&gt;Blue solid&lt;/b&gt; &amp;mdash; HTTP request flow&lt;br/&gt;(Client HTTPS + API GW routing)&lt;br/&gt;&lt;br/&gt;&lt;b style=&quot;color:#E65100;&quot;&gt;Orange dashed&lt;/b&gt; &amp;mdash; Async invoke&lt;br/&gt;(Submission fires Orchestrator, no wait)&lt;br/&gt;&lt;br/&gt;&lt;b style=&quot;color:#2E7D32;&quot;&gt;Green solid&lt;/b&gt; &amp;mdash; Data persistence&lt;br/&gt;(All DynamoDB read/write operations)&lt;br/&gt;&lt;br/&gt;&lt;b style=&quot;color:#AD1457;&quot;&gt;Pink solid&lt;/b&gt; &amp;mdash; SNS publish&lt;br/&gt;(Reviewer alerts + decision events)&lt;br/&gt;&lt;br/&gt;&lt;b style=&quot;color:#6A1B9A;&quot;&gt;Purple solid&lt;/b&gt; &amp;mdash; Durable callback&lt;br/&gt;(Reviewer CB resumes suspended Orchestrator)&lt;br/&gt;&lt;br/&gt;&lt;b style=&quot;color:#6A1B9A;&quot;&gt;Purple dashed&lt;/b&gt; &amp;mdash; Suspend / resume loop&lt;br/&gt;(Orchestrator exits; zero compute while waiting)&lt;br/&gt;&lt;br/&gt;&lt;b style=&quot;color:#00838F;&quot;&gt;Teal solid&lt;/b&gt; &amp;mdash; External API call&lt;br/&gt;(Claude: injection screen + evaluation)&lt;br/&gt;&lt;br/&gt;&lt;b style=&quot;color:#558B2F;&quot;&gt;Olive solid&lt;/b&gt; &amp;mdash; Metric publishing&lt;br/&gt;(CloudWatch PutMetricData — token cost)&lt;/div&gt;" vertex="1">
+           <mxGeometry x="20" y="60" width="420" height="500" as="geometry" />
        </mxCell>

      </root>
    </mxGraphModel>
  </diagram>
</mxfile>
